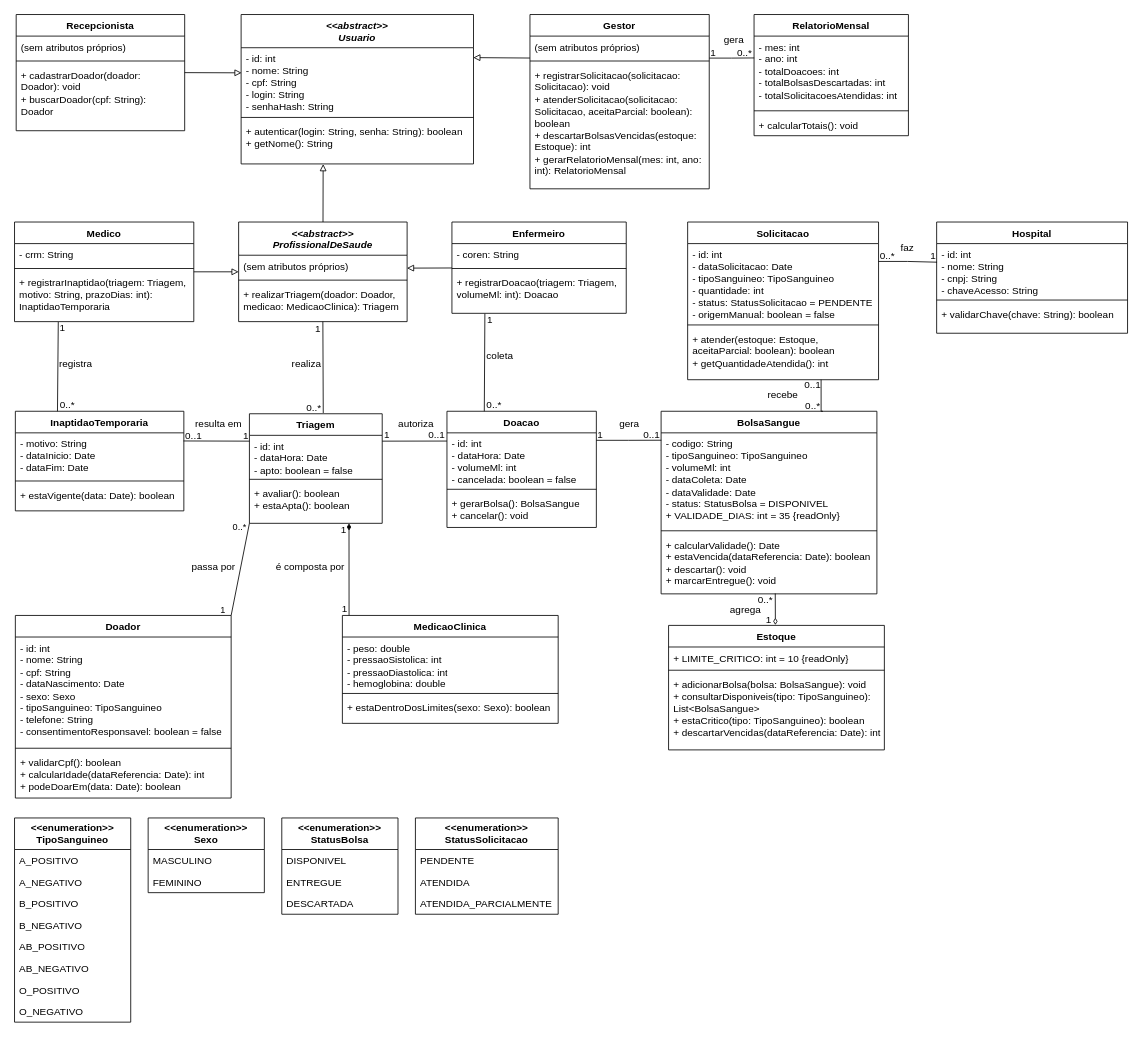
Before: docs/diagrama-de-classes.drawio in Grabiie/hemocontrol, a draw.io diagram. Source tidied: cells renumbered, new cells numbered last; positions are measured from the earlier drawing's top-left corner, leaving out a move shared by most shapes. Both pictures are drawn from the tidied source at 83%, with x=0, y=0 at pixel (14, 14).
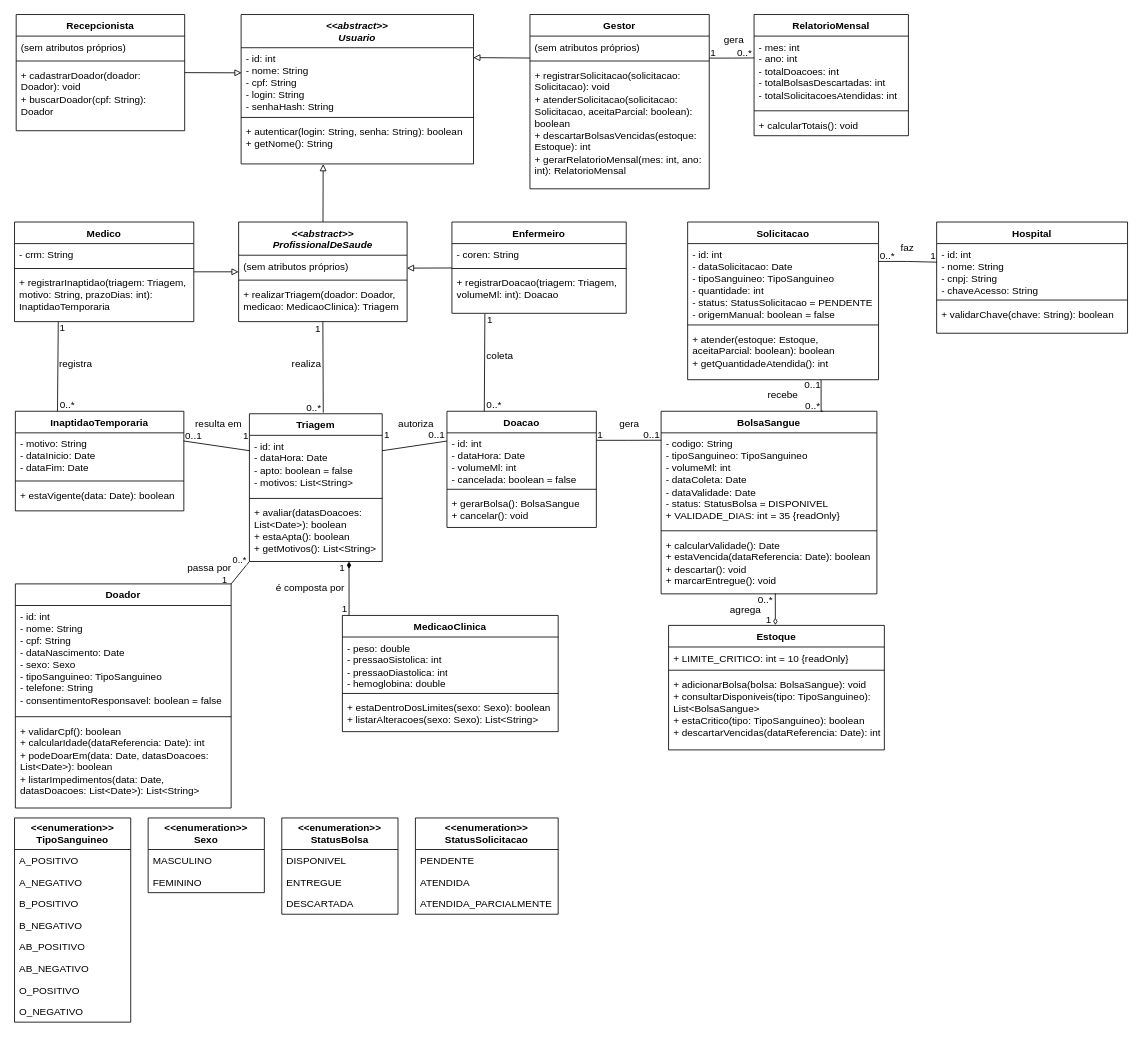
After the change.

Commit message (it also covers changes not shown here):
docs: atualiza diagrama de classes com os motivos da inaptidão

Unchanged cells that the change refers to:
```xml
<mxCell id="30" style="rounded=0;jettySize=auto;html=1;exitX=1;exitY=0;exitDx=0;exitDy=0;entryX=0;entryY=1;entryDx=0;entryDy=0;defaultLabelBackgroundColor=page;endArrow=none;endFill=0;" parent="1" edge="1" source="33" target="42">
  <mxGeometry relative="1" as="geometry" />
</mxCell>
```

The edit, as a diff of the source:
```diff
@@
     <mxCell id="31" value="1" style="edgeLabel;html=1;align=center;verticalAlign=middle;inheritText=1;defaultLabelBackgroundColor=page;" parent="30" vertex="1">
       <mxGeometry x="-0.64" relative="1" as="geometry">
-        <mxPoint x="-14" y="13" as="offset" />
+        <mxPoint x="-12" y="-1" as="offset" />
       </mxGeometry>
     </mxCell>
@@
     <mxCell id="33" value="Doador&lt;div&gt;&lt;br/&gt;&lt;/div&gt;" style="swimlane;fontStyle=1;align=center;verticalAlign=top;horizontal=1;startSize=26;whiteSpace=wrap;html=1;" parent="1" vertex="1">
-      <mxGeometry x="1" y="724" width="260" height="220" as="geometry" />
+      <mxGeometry x="1" y="686" width="260" height="270" as="geometry" />
     </mxCell>
@@
-    <mxCell id="36" value="+ validarCpf(): boolean&lt;br/&gt;+ calcularIdade(dataReferencia: Date): int&lt;br/&gt;+ podeDoarEm(data: Date): boolean" style="text;strokeColor=none;fillColor=none;align=left;verticalAlign=top;spacingLeft=4;spacingRight=4;overflow=hidden;whiteSpace=wrap;html=1;" parent="33" vertex="1">
-      <mxGeometry y="164" width="260" height="56" as="geometry" />
+    <mxCell id="36" value="+ validarCpf(): boolean&lt;br&gt;+ calcularIdade(dataReferencia: Date): int&lt;br&gt;+ podeDoarEm(data: Date, datasDoacoes: List&amp;lt;Date&amp;gt;): boolean&lt;br&gt;+ listarImpedimentos(data: Date, datasDoacoes: List&amp;lt;Date&amp;gt;): List&amp;lt;String&amp;gt;" style="text;strokeColor=none;fillColor=none;align=left;verticalAlign=top;spacingLeft=4;spacingRight=4;overflow=hidden;whiteSpace=wrap;html=1;" parent="33" vertex="1">
+      <mxGeometry y="164" width="260" height="106" as="geometry" />
     </mxCell>
     <mxCell id="37" value="&lt;div&gt;MedicaoClinica&lt;/div&gt;" style="swimlane;fontStyle=1;align=center;verticalAlign=top;horizontal=1;startSize=26;whiteSpace=wrap;html=1;" parent="1" vertex="1">
-      <mxGeometry x="395" y="724" width="260" height="130" as="geometry" />
+      <mxGeometry x="395" y="724" width="260" height="140" as="geometry" />
     </mxCell>
@@
-    <mxCell id="40" value="+ estaDentroDosLimites(sexo: Sexo): boolean" style="text;strokeColor=none;fillColor=none;align=left;verticalAlign=top;spacingLeft=4;spacingRight=4;overflow=hidden;whiteSpace=wrap;html=1;" parent="37" vertex="1">
-      <mxGeometry y="98" width="260" height="32" as="geometry" />
+    <mxCell id="40" value="+ estaDentroDosLimites(sexo: Sexo): boolean&lt;br&gt;+ listarAlteracoes(sexo: Sexo): List&amp;lt;String&amp;gt;" style="text;strokeColor=none;fillColor=none;align=left;verticalAlign=top;spacingLeft=4;spacingRight=4;overflow=hidden;whiteSpace=wrap;html=1;" parent="37" vertex="1">
+      <mxGeometry y="98" width="260" height="42" as="geometry" />
     </mxCell>
@@
     <mxCell id="42" value="Triagem&lt;div&gt;&lt;br/&gt;&lt;/div&gt;" style="swimlane;fontStyle=1;align=center;verticalAlign=top;horizontal=1;startSize=26;whiteSpace=wrap;html=1;" parent="1" vertex="1">
-      <mxGeometry x="283" y="481" width="160" height="132" as="geometry" />
+      <mxGeometry x="283" y="481" width="160" height="178" as="geometry" />
     </mxCell>
-    <mxCell id="43" value="- id: int&lt;br/&gt;- dataHora: Date&lt;br/&gt;- apto: boolean = false" style="text;strokeColor=none;fillColor=none;align=left;verticalAlign=top;spacingLeft=4;spacingRight=4;overflow=hidden;whiteSpace=wrap;html=1;" parent="42" vertex="1">
-      <mxGeometry y="26" width="160" height="49" as="geometry" />
+    <mxCell id="43" value="- id: int&lt;br&gt;- dataHora: Date&lt;br&gt;- apto: boolean = false&lt;br&gt;- motivos: List&amp;lt;String&amp;gt;" style="text;strokeColor=none;fillColor=none;align=left;verticalAlign=top;spacingLeft=4;spacingRight=4;overflow=hidden;whiteSpace=wrap;html=1;" parent="42" vertex="1">
+      <mxGeometry y="26" width="160" height="72" as="geometry" />
     </mxCell>
     <mxCell id="44" style="line;strokeWidth=1;fillColor=none;align=left;verticalAlign=middle;spacingTop=-1;spacingLeft=3;spacingRight=3;labelPosition=right;strokeColor=inherit;labelPerimeter=1;" parent="42" vertex="1">
-      <mxGeometry y="75" width="160" height="8" as="geometry" />
+      <mxGeometry y="98" width="160" height="8" as="geometry" />
     </mxCell>
-    <mxCell id="45" value="+ avaliar(): boolean&lt;br/&gt;+ estaApta(): boolean" style="text;strokeColor=none;fillColor=none;align=left;verticalAlign=top;spacingLeft=4;spacingRight=4;overflow=hidden;whiteSpace=wrap;html=1;" parent="42" vertex="1">
-      <mxGeometry y="83" width="160" height="49" as="geometry" />
+    <mxCell id="45" value="+ avaliar(datasDoacoes: List&amp;lt;Date&amp;gt;): boolean&lt;br&gt;+ estaApta(): boolean&lt;br&gt;+ getMotivos(): List&amp;lt;String&amp;gt;" style="text;strokeColor=none;fillColor=none;align=left;verticalAlign=top;spacingLeft=4;spacingRight=4;overflow=hidden;whiteSpace=wrap;html=1;" parent="42" vertex="1">
+      <mxGeometry y="106" width="160" height="72" as="geometry" />
     </mxCell>
@@
     <mxCell id="99" value="1" style="text;html=1;whiteSpace=wrap;strokeColor=none;fillColor=none;align=center;verticalAlign=middle;rounded=0;" parent="1" vertex="1">
-      <mxGeometry x="367" y="606" width="60" height="30" as="geometry" />
+      <mxGeometry x="365" y="652" width="60" height="30" as="geometry" />
     </mxCell>
@@
     <mxCell id="127" value="passa por" style="text;html=1;whiteSpace=wrap;strokeColor=none;fillColor=none;align=center;verticalAlign=middle;rounded=0;" parent="1" vertex="1">
-      <mxGeometry x="210" y="651" width="60" height="30" as="geometry" />
+      <mxGeometry x="205" y="652" width="60" height="30" as="geometry" />
     </mxCell>
@@
     <mxCell id="129" value="é composta por" style="text;html=1;whiteSpace=wrap;strokeColor=none;fillColor=none;align=center;verticalAlign=middle;rounded=0;" parent="1" vertex="1">
-      <mxGeometry x="309" y="651" width="95" height="30" as="geometry" />
+      <mxGeometry x="309" y="676" width="95" height="30" as="geometry" />
     </mxCell>
```
